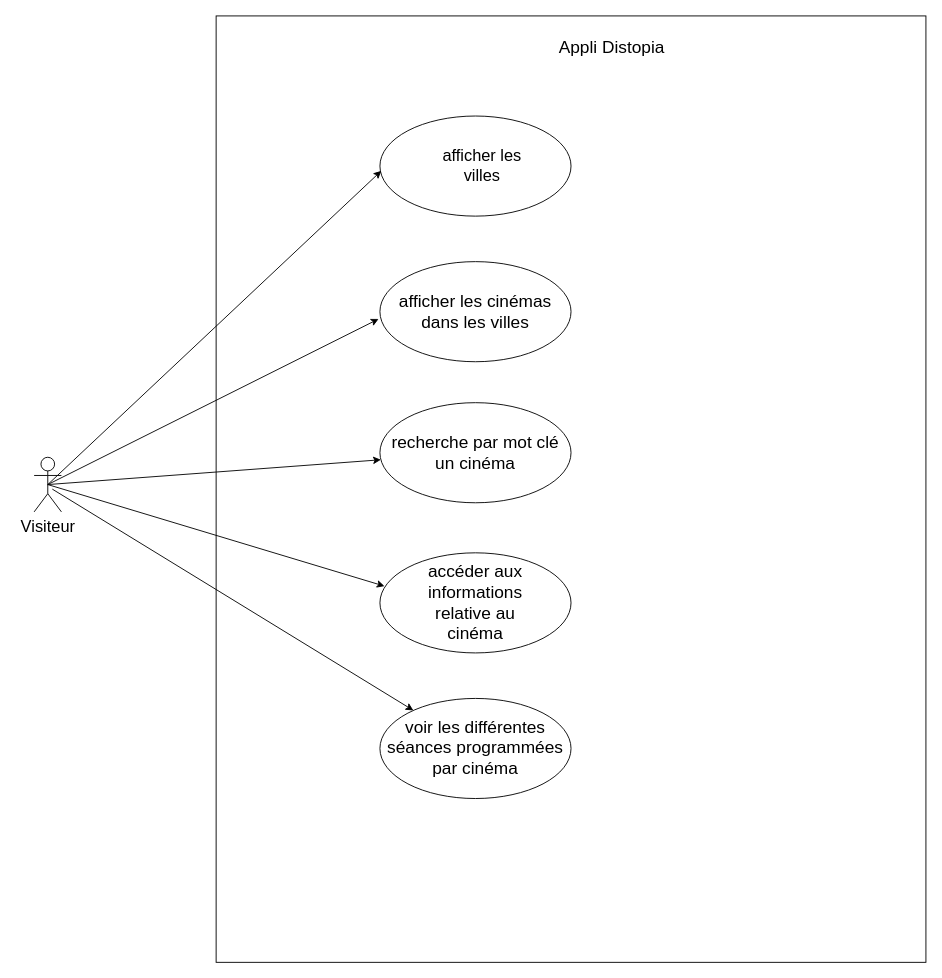
The draw.io diagram assets/distopia use case.drawio in Merytxell/disto, before the edit. Source tidied: cells renumbered, new cells numbered last; positions are measured from the earlier drawing's top-left corner, leaving out a move shared by most shapes. Both pictures are drawn from the tidied source at 91%, with x=0, y=0 at pixel (34, 15).
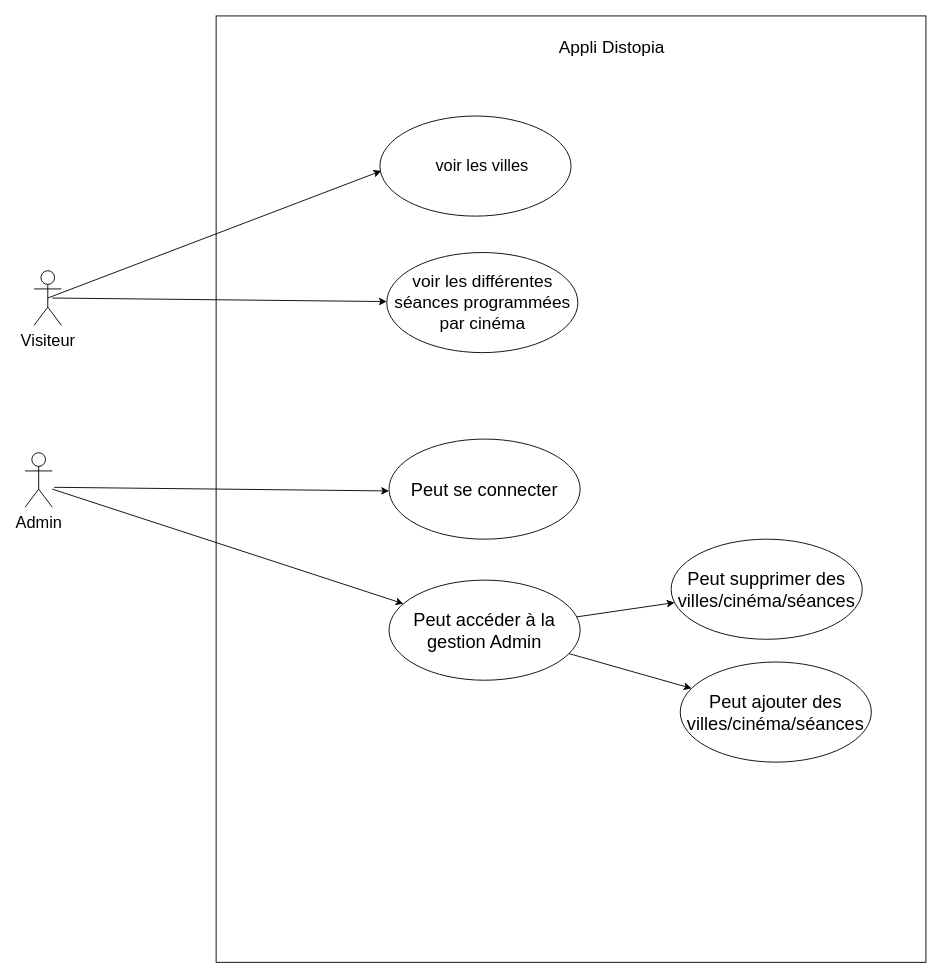
The same diagram, later.

Commit message (it also covers changes not shown here):
correction des diagrammes

Diff of the diagram source:
```diff
@@
     <mxCell id="3" value="&lt;span style=&quot;font-size: 18px;&quot;&gt;Visiteur&lt;/span&gt;" style="shape=umlActor;verticalLabelPosition=bottom;verticalAlign=top;html=1;outlineConnect=0;" parent="1" vertex="1">
-      <mxGeometry y="485" width="30" height="60" as="geometry" />
+      <mxGeometry y="280" width="30" height="60" as="geometry" />
     </mxCell>
@@
-    <mxCell id="7" value="afficher les villes" style="text;html=1;align=center;verticalAlign=middle;whiteSpace=wrap;rounded=0;fontSize=18;" parent="1" vertex="1">
+    <mxCell id="7" value="voir les villes" style="text;html=1;align=center;verticalAlign=middle;whiteSpace=wrap;rounded=0;fontSize=18;" parent="1" vertex="1">
       <mxGeometry x="430" y="140" width="125" height="50" as="geometry" />
     </mxCell>
-    <mxCell id="8" style="ellipse;whiteSpace=wrap;html=1;" parent="1" vertex="1">
-      <mxGeometry x="380" y="590" width="210" height="110" as="geometry" />
-    </mxCell>
-    <mxCell id="9" value="accéder aux informations relative au cinéma" style="text;html=1;align=center;verticalAlign=middle;whiteSpace=wrap;rounded=0;fontSize=19;" parent="1" vertex="1">
-      <mxGeometry x="430" y="607.5" width="110" height="75" as="geometry" />
-    </mxCell>
@@
-    <mxCell id="11" style="endArrow=classic;html=1;rounded=0;exitX=0.5;exitY=0.5;exitDx=0;exitDy=0;exitPerimeter=0;entryX=-0.007;entryY=0.573;entryDx=0;entryDy=0;entryPerimeter=0;" parent="1" edge="1" source="3" target="12">
-      <mxGeometry relative="1" as="geometry" />
-    </mxCell>
-    <mxCell id="12" value="&lt;span style=&quot;font-size: 19px;&quot;&gt;afficher les cinémas dans les villes&lt;/span&gt;" style="ellipse;whiteSpace=wrap;html=1;" parent="1" vertex="1">
-      <mxGeometry x="380" y="270" width="210" height="110" as="geometry" />
-    </mxCell>
-    <mxCell id="13" value="&lt;font style=&quot;font-size: 19px;&quot;&gt;recherche par mot clé un cinéma&lt;/font&gt;" style="ellipse;whiteSpace=wrap;html=1;" parent="1" vertex="1">
-      <mxGeometry x="380" y="425" width="210" height="110" as="geometry" />
-    </mxCell>
-    <mxCell id="14" style="endArrow=classic;html=1;rounded=0;exitX=0.5;exitY=0.5;exitDx=0;exitDy=0;exitPerimeter=0;entryX=0.024;entryY=0.333;entryDx=0;entryDy=0;entryPerimeter=0;" parent="1" edge="1" source="3" target="8">
-      <mxGeometry relative="1" as="geometry" />
-    </mxCell>
-    <mxCell id="15" style="endArrow=classic;html=1;rounded=0;exitX=0.5;exitY=0.5;exitDx=0;exitDy=0;exitPerimeter=0;" parent="1" edge="1" source="3" target="13">
-      <mxGeometry relative="1" as="geometry" />
-    </mxCell>
     <mxCell id="16" value="&lt;font style=&quot;font-size: 19px;&quot;&gt;voir les différentes séances programmées par cinéma&lt;/font&gt;" style="ellipse;whiteSpace=wrap;html=1;" parent="1" vertex="1">
-      <mxGeometry x="380" y="750" width="210" height="110" as="geometry" />
+      <mxGeometry x="387.5" y="260" width="210" height="110" as="geometry" />
     </mxCell>
     <mxCell id="17" style="endArrow=classic;html=1;rounded=0;" parent="1" edge="1" target="16">
       <mxGeometry relative="1" as="geometry">
-        <mxPoint x="20" y="520" as="sourcePoint" />
+        <mxPoint x="20" y="310" as="sourcePoint" />
       </mxGeometry>
     </mxCell>
+    <mxCell id="18" value="&lt;span style=&quot;font-size: 18px;&quot;&gt;Admin&lt;/span&gt;" style="shape=umlActor;verticalLabelPosition=bottom;verticalAlign=top;html=1;" parent="1" vertex="1">
+      <mxGeometry x="-10" y="480" width="30" height="60" as="geometry" />
+    </mxCell>
+    <mxCell id="19" value="&lt;font style=&quot;font-size: 20px;&quot;&gt;Peut se connecter&lt;/font&gt;" style="ellipse;whiteSpace=wrap;html=1;" parent="1" vertex="1">
+      <mxGeometry x="390" y="465" width="210" height="110" as="geometry" />
+    </mxCell>
+    <mxCell id="20" style="endArrow=classic;html=1;rounded=0;" parent="1" edge="1">
+      <mxGeometry relative="1" as="geometry">
+        <mxPoint x="22" y="518" as="sourcePoint" />
+        <mxPoint x="390" y="522" as="targetPoint" />
+      </mxGeometry>
+    </mxCell>
+    <mxCell id="21" value="&lt;span style=&quot;font-size: 20px;&quot;&gt;Peut accéder à la gestion Admin&lt;/span&gt;" style="ellipse;whiteSpace=wrap;html=1;" parent="1" vertex="1">
+      <mxGeometry x="390" y="620" width="210" height="110" as="geometry" />
+    </mxCell>
+    <mxCell id="22" value="&lt;span style=&quot;font-size: 20px;&quot;&gt;Peut supprimer des villes/cinéma/séances&lt;/span&gt;" style="ellipse;whiteSpace=wrap;html=1;" parent="1" vertex="1">
+      <mxGeometry x="700" y="575" width="210" height="110" as="geometry" />
+    </mxCell>
+    <mxCell id="23" value="&lt;span style=&quot;font-size: 20px;&quot;&gt;Peut ajouter des villes/cinéma/séances&lt;/span&gt;" style="ellipse;whiteSpace=wrap;html=1;" parent="1" vertex="1">
+      <mxGeometry x="710" y="710" width="210" height="110" as="geometry" />
+    </mxCell>
+    <mxCell id="24" style="endArrow=classic;html=1;rounded=0;" parent="1" edge="1" target="21">
+      <mxGeometry relative="1" as="geometry">
+        <mxPoint x="20" y="520" as="sourcePoint" />
+      </mxGeometry>
+    </mxCell>
+    <mxCell id="25" style="endArrow=classic;html=1;rounded=0;" parent="1" edge="1" source="21" target="22">
+      <mxGeometry relative="1" as="geometry" />
+    </mxCell>
+    <mxCell id="26" style="endArrow=classic;html=1;rounded=0;" parent="1" edge="1" source="21" target="23">
+      <mxGeometry relative="1" as="geometry" />
+    </mxCell>
```
